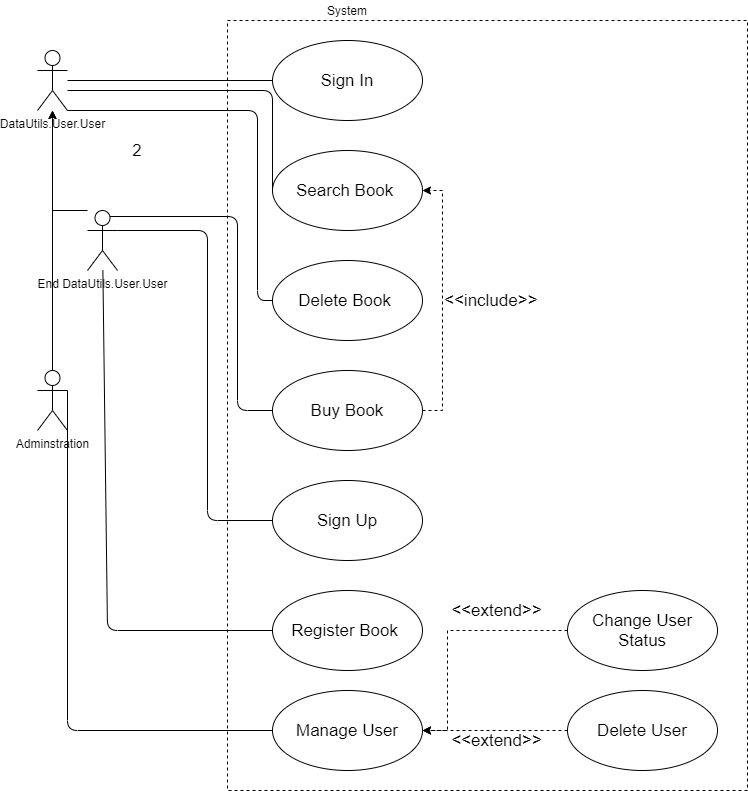
Earlier version of the draw.io export images/use_case.png (wonbeomjang/CAU11708-book-selling-system). Source tidied: cells renumbered, new cells last; positions are measured from the earlier drawing's top-left corner, leaving out a move shared by most shapes. The source it was exported from:
```xml
<mxGraphModel>
  <root>
    <mxCell id="0" />
    <mxCell id="1" parent="0" />
    <mxCell id="2" style="rounded=0;whiteSpace=wrap;html=1;dashed=1;" parent="1" vertex="1">
      <mxGeometry x="190" y="20" width="520" height="770" as="geometry" />
    </mxCell>
    <mxCell id="3" style="edgeStyle=orthogonalEdgeStyle;rounded=0;jettySize=auto;html=1;labelBackgroundColor=none;fontSize=17;" parent="1" edge="1" source="4" target="5">
      <mxGeometry relative="1" as="geometry">
        <Array as="points">
          <mxPoint x="15" y="210" />
        </Array>
      </mxGeometry>
    </mxCell>
    <mxCell id="4" value="End DataUtils.User.User" style="shape=umlActor;verticalLabelPosition=bottom;labelBackgroundColor=none;verticalAlign=top;html=1;outlineConnect=0;fontStyle=0;" parent="1" vertex="1">
      <mxGeometry x="50" y="210" width="30" height="60" as="geometry" />
    </mxCell>
    <mxCell id="5" value="DataUtils.User.User" style="shape=umlActor;verticalLabelPosition=bottom;labelBackgroundColor=none;verticalAlign=top;html=1;outlineConnect=0;" parent="1" vertex="1">
      <mxGeometry y="50" width="30" height="60" as="geometry" />
    </mxCell>
    <mxCell id="6" style="edgeStyle=orthogonalEdgeStyle;rounded=0;jettySize=auto;html=1;exitX=0.5;exitY=0;exitDx=0;exitDy=0;exitPerimeter=0;" parent="1" edge="1" source="7" target="5">
      <mxGeometry relative="1" as="geometry" />
    </mxCell>
    <mxCell id="7" value="Adminstration" style="shape=umlActor;verticalLabelPosition=bottom;labelBackgroundColor=none;verticalAlign=top;html=1;outlineConnect=0;fontStyle=0;" parent="1" vertex="1">
      <mxGeometry y="370" width="30" height="60" as="geometry" />
    </mxCell>
    <mxCell id="8" value="System" style="text;html=1;strokeColor=none;fillColor=none;align=center;verticalAlign=middle;whiteSpace=wrap;rounded=0;labelBackgroundColor=none;" parent="1" vertex="1">
      <mxGeometry x="290" width="40" height="20" as="geometry" />
    </mxCell>
    <mxCell id="9" value="Search Book&amp;nbsp;" style="ellipse;whiteSpace=wrap;html=1;labelBackgroundColor=none;fontSize=17;labelBorderColor=none;" parent="1" vertex="1">
      <mxGeometry x="235" y="150" width="150" height="80" as="geometry" />
    </mxCell>
    <mxCell id="10" value="Sign In" style="ellipse;whiteSpace=wrap;html=1;labelBackgroundColor=none;fontSize=17;labelBorderColor=none;" parent="1" vertex="1">
      <mxGeometry x="235" y="40" width="150" height="80" as="geometry" />
    </mxCell>
    <mxCell id="11" style="endArrow=none;html=1;fontSize=17;entryX=0;entryY=0.5;entryDx=0;entryDy=0;" parent="1" edge="1" source="5" target="10">
      <mxGeometry relative="1" as="geometry" />
    </mxCell>
    <mxCell id="12" style="endArrow=none;html=1;fontSize=17;entryX=0;entryY=0.5;entryDx=0;entryDy=0;" parent="1" edge="1" target="9">
      <mxGeometry relative="1" as="geometry">
        <mxPoint x="30" y="90" as="sourcePoint" />
        <Array as="points">
          <mxPoint x="235" y="90" />
        </Array>
      </mxGeometry>
    </mxCell>
    <mxCell id="13" value="Delete Book&amp;nbsp;" style="ellipse;whiteSpace=wrap;html=1;labelBackgroundColor=none;fontSize=17;labelBorderColor=none;" parent="1" vertex="1">
      <mxGeometry x="235" y="260" width="150" height="80" as="geometry" />
    </mxCell>
    <mxCell id="14" value="Sign Up" style="ellipse;whiteSpace=wrap;html=1;labelBackgroundColor=none;fontSize=17;labelBorderColor=none;" parent="1" vertex="1">
      <mxGeometry x="235" y="480" width="150" height="80" as="geometry" />
    </mxCell>
    <mxCell id="15" value="Manage User" style="ellipse;whiteSpace=wrap;html=1;labelBackgroundColor=none;fontSize=17;labelBorderColor=none;" parent="1" vertex="1">
      <mxGeometry x="235" y="690" width="150" height="80" as="geometry" />
    </mxCell>
    <mxCell id="16" style="endArrow=none;html=1;fontSize=17;entryX=0;entryY=0.5;entryDx=0;entryDy=0;" parent="1" edge="1" target="14">
      <mxGeometry relative="1" as="geometry">
        <mxPoint x="80" y="230" as="sourcePoint" />
        <Array as="points">
          <mxPoint x="170" y="230" />
          <mxPoint x="170" y="520" />
        </Array>
      </mxGeometry>
    </mxCell>
    <mxCell id="17" style="endArrow=none;html=1;fontSize=17;entryX=0;entryY=0.5;entryDx=0;entryDy=0;exitX=1;exitY=1;exitDx=0;exitDy=0;exitPerimeter=0;" parent="1" edge="1" source="5" target="13">
      <mxGeometry relative="1" as="geometry">
        <Array as="points">
          <mxPoint x="220" y="110" />
          <mxPoint x="220" y="300" />
        </Array>
      </mxGeometry>
    </mxCell>
    <mxCell id="18" style="endArrow=none;html=1;fontSize=17;exitX=1;exitY=0.3333333333333333;exitDx=0;exitDy=0;exitPerimeter=0;entryX=0;entryY=0.5;entryDx=0;entryDy=0;" parent="1" edge="1" source="7" target="15">
      <mxGeometry relative="1" as="geometry">
        <Array as="points">
          <mxPoint x="30" y="730" />
        </Array>
      </mxGeometry>
    </mxCell>
    <mxCell id="19" value="&amp;lt;&amp;lt;include&amp;gt;&amp;gt;" style="edgeStyle=orthogonalEdgeStyle;rounded=0;jettySize=auto;exitX=1;exitY=0.5;exitDx=0;exitDy=0;entryX=1;entryY=0.5;entryDx=0;entryDy=0;fontSize=17;dashed=1;labelPosition=right;verticalLabelPosition=middle;align=left;verticalAlign=middle;html=1;labelBackgroundColor=none;" parent="1" edge="1" source="20" target="9">
      <mxGeometry relative="1" as="geometry" />
    </mxCell>
    <mxCell id="20" value="Buy Book" style="ellipse;whiteSpace=wrap;html=1;labelBackgroundColor=none;fontSize=17;labelBorderColor=none;" parent="1" vertex="1">
      <mxGeometry x="235" y="370" width="150" height="80" as="geometry" />
    </mxCell>
    <mxCell id="21" style="endArrow=none;html=1;fontSize=17;entryX=0;entryY=0.5;entryDx=0;entryDy=0;exitX=0.75;exitY=0.1;exitDx=0;exitDy=0;exitPerimeter=0;" parent="1" edge="1" source="4" target="20">
      <mxGeometry relative="1" as="geometry">
        <Array as="points">
          <mxPoint x="200" y="216" />
          <mxPoint x="200" y="410" />
        </Array>
      </mxGeometry>
    </mxCell>
    <mxCell id="22" value="2" style="text;html=1;strokeColor=none;fillColor=none;align=center;verticalAlign=middle;whiteSpace=wrap;rounded=0;labelBackgroundColor=none;fontSize=17;" parent="1" vertex="1">
      <mxGeometry x="80" y="140" width="40" height="20" as="geometry" />
    </mxCell>
    <mxCell id="23" value="Register Book&amp;nbsp;" style="ellipse;whiteSpace=wrap;html=1;labelBackgroundColor=none;fontSize=17;labelBorderColor=none;" parent="1" vertex="1">
      <mxGeometry x="235" y="590" width="150" height="80" as="geometry" />
    </mxCell>
    <mxCell id="24" style="endArrow=none;html=1;fontSize=17;entryX=0;entryY=0.5;entryDx=0;entryDy=0;" parent="1" edge="1" source="4" target="23">
      <mxGeometry relative="1" as="geometry">
        <Array as="points">
          <mxPoint x="70" y="630" />
        </Array>
      </mxGeometry>
    </mxCell>
    <mxCell id="25" value="&amp;lt;&amp;lt;extend&amp;gt;&amp;gt;" style="edgeStyle=orthogonalEdgeStyle;rounded=0;jettySize=auto;html=1;exitX=0;exitY=0.5;exitDx=0;exitDy=0;entryX=1;entryY=0.5;entryDx=0;entryDy=0;labelBackgroundColor=none;fontSize=17;dashed=1;" parent="1" edge="1" source="26" target="15">
      <mxGeometry x="-0.43" y="-20" relative="1" as="geometry">
        <Array as="points">
          <mxPoint x="410" y="630" />
          <mxPoint x="410" y="730" />
        </Array>
        <mxPoint x="-1" as="offset" />
      </mxGeometry>
    </mxCell>
    <mxCell id="26" value="Change User Status" style="ellipse;whiteSpace=wrap;html=1;labelBackgroundColor=none;fontSize=17;labelBorderColor=none;" parent="1" vertex="1">
      <mxGeometry x="530" y="590" width="150" height="80" as="geometry" />
    </mxCell>
    <mxCell id="27" value="&amp;lt;&amp;lt;extend&amp;gt;&amp;gt;" style="edgeStyle=orthogonalEdgeStyle;rounded=0;jettySize=auto;html=1;exitX=0;exitY=0.5;exitDx=0;exitDy=0;labelBackgroundColor=none;fontSize=17;dashed=1;" parent="1" edge="1" source="28" target="15">
      <mxGeometry x="-0.03" y="10" relative="1" as="geometry">
        <mxPoint x="-1" as="offset" />
      </mxGeometry>
    </mxCell>
    <mxCell id="28" value="Delete User" style="ellipse;whiteSpace=wrap;html=1;labelBackgroundColor=none;fontSize=17;labelBorderColor=none;" parent="1" vertex="1">
      <mxGeometry x="530" y="690" width="150" height="80" as="geometry" />
    </mxCell>
  </root>
</mxGraphModel>
```
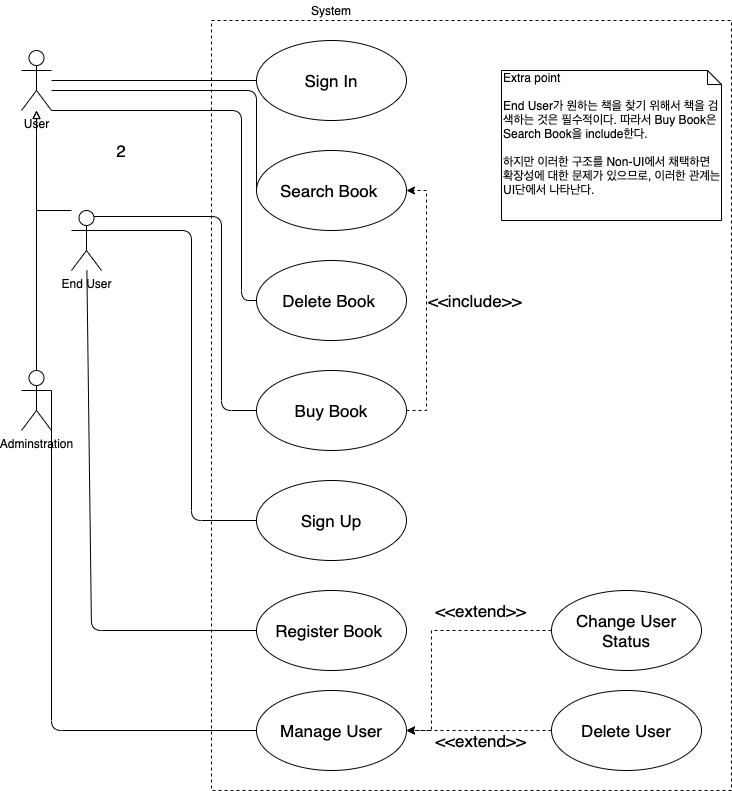
After the commit.

What changed in the source:
```diff
@@ -5,20 +5,20 @@
     <mxCell id="2" style="rounded=0;whiteSpace=wrap;html=1;dashed=1;" parent="1" vertex="1">
       <mxGeometry x="190" y="20" width="520" height="770" as="geometry" />
     </mxCell>
-    <mxCell id="3" style="edgeStyle=orthogonalEdgeStyle;rounded=0;jettySize=auto;html=1;labelBackgroundColor=none;fontSize=17;" parent="1" edge="1" source="4" target="5">
+    <mxCell id="3" style="edgeStyle=orthogonalEdgeStyle;rounded=0;jettySize=auto;html=1;labelBackgroundColor=none;fontSize=17;endArrow=block;endFill=0;" parent="1" edge="1" source="4" target="5">
       <mxGeometry relative="1" as="geometry">
         <Array as="points">
           <mxPoint x="15" y="210" />
         </Array>
       </mxGeometry>
     </mxCell>
-    <mxCell id="4" value="End DataUtils.User.User" style="shape=umlActor;verticalLabelPosition=bottom;labelBackgroundColor=none;verticalAlign=top;html=1;outlineConnect=0;fontStyle=0;" parent="1" vertex="1">
+    <mxCell id="4" value="End User" style="shape=umlActor;verticalLabelPosition=bottom;labelBackgroundColor=none;verticalAlign=top;html=1;outlineConnect=0;fontStyle=0;" parent="1" vertex="1">
       <mxGeometry x="50" y="210" width="30" height="60" as="geometry" />
     </mxCell>
-    <mxCell id="5" value="DataUtils.User.User" style="shape=umlActor;verticalLabelPosition=bottom;labelBackgroundColor=none;verticalAlign=top;html=1;outlineConnect=0;" parent="1" vertex="1">
+    <mxCell id="5" value="User" style="shape=umlActor;verticalLabelPosition=bottom;labelBackgroundColor=none;verticalAlign=top;html=1;outlineConnect=0;" parent="1" vertex="1">
       <mxGeometry y="50" width="30" height="60" as="geometry" />
     </mxCell>
-    <mxCell id="6" style="edgeStyle=orthogonalEdgeStyle;rounded=0;jettySize=auto;html=1;exitX=0.5;exitY=0;exitDx=0;exitDy=0;exitPerimeter=0;" parent="1" edge="1" source="7" target="5">
+    <mxCell id="6" style="edgeStyle=orthogonalEdgeStyle;rounded=0;jettySize=auto;html=1;exitX=0.5;exitY=0;exitDx=0;exitDy=0;exitPerimeter=0;endArrow=block;endFill=0;" parent="1" edge="1" source="7" target="5">
       <mxGeometry relative="1" as="geometry" />
     </mxCell>
     <mxCell id="7" value="Adminstration" style="shape=umlActor;verticalLabelPosition=bottom;labelBackgroundColor=none;verticalAlign=top;html=1;outlineConnect=0;fontStyle=0;" parent="1" vertex="1">
@@ -124,5 +124,8 @@
     <mxCell id="28" value="Delete User" style="ellipse;whiteSpace=wrap;html=1;labelBackgroundColor=none;fontSize=17;labelBorderColor=none;" parent="1" vertex="1">
       <mxGeometry x="530" y="690" width="150" height="80" as="geometry" />
     </mxCell>
+    <mxCell id="29" value="Extra point&lt;br&gt;&lt;br&gt;End User가 원하는 책을 찾기 위해서 책을 검색하는 것은 필수적이다. 따라서 Buy Book은 Search Book을 include한다.&lt;br&gt;&lt;br&gt;하지만 이러한 구조를 Non-UI에서 채택하면 확장성에 대한 문제가 있으므로, 이러한 관계는 UI단에서 나타난다." style="shape=note;whiteSpace=wrap;html=1;size=14;verticalAlign=top;align=left;spacingTop=-6;" parent="1" vertex="1">
+      <mxGeometry x="480" y="70" width="220" height="150" as="geometry" />
+    </mxCell>
   </root>
 </mxGraphModel>
```
